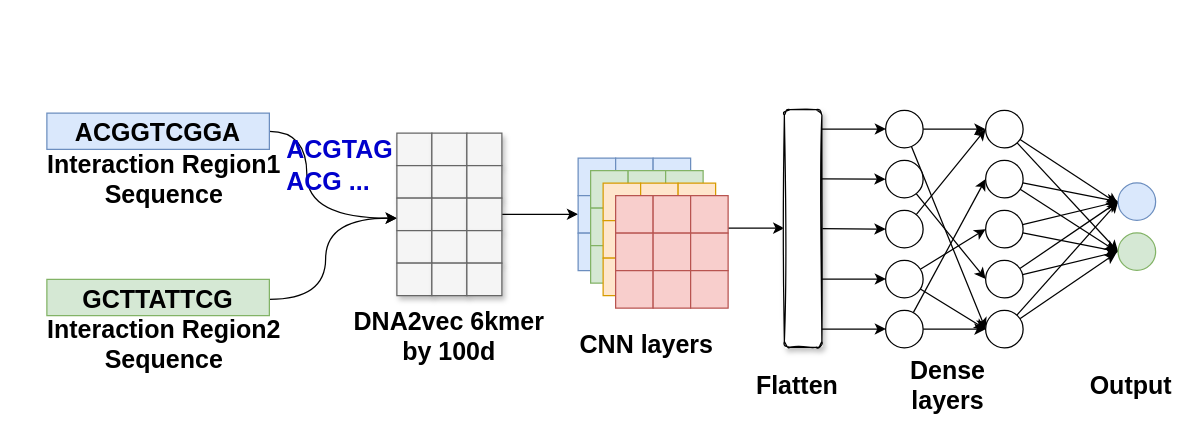
This is embedding_cnn_one_branch.drawio from NaiveTom/draw.io, a draw.io file, before an edit. Source tidied: cells renumbered, new cells numbered last; positions are measured from the earlier drawing's top-left corner, leaving out a move shared by most shapes. Both pictures are drawn from the tidied source at 125%, with x=0, y=0 at pixel (21, 109).
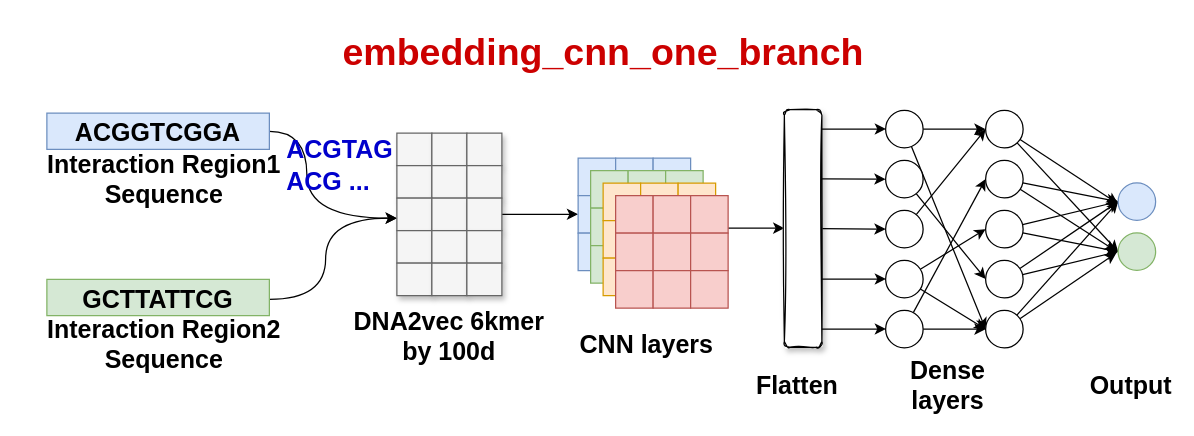
Above is the later version.

Change to the diagram source:
```diff
@@
+    <mxCell id="104" value="&lt;font color=&quot;#CC0000&quot;&gt;embedding_cnn_one_branch&lt;/font&gt;" style="text;whiteSpace=wrap;html=1;fontSize=30;fontStyle=1;fontColor=#006600;" parent="1" vertex="1">
+      <mxGeometry x="255" y="-70" width="310" height="40" as="geometry" />
+    </mxCell>
```
